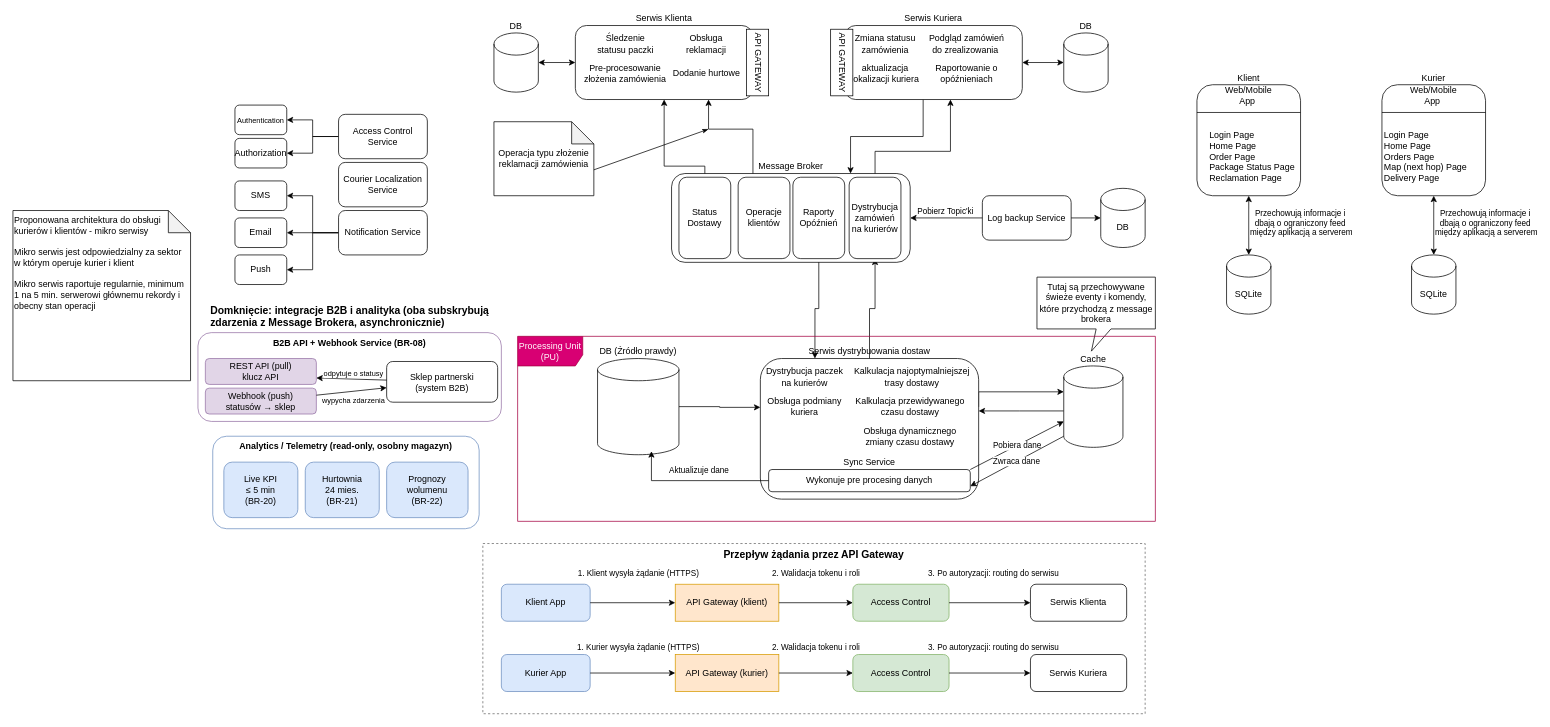
Above: page "Mikroserwisy + CQRS + modele paneli użytkowników" (2 of 5) of architektura.drawio in Franio2018/Projekt-Zespolowy (draw.io), before the change. Source tidied: cells renumbered, new cells numbered last; positions are measured from the earlier drawing's top-left corner, leaving out a move shared by most shapes. Both pictures are drawn from the tidied source at 74%, with x=0, y=0 at pixel (13, 25).
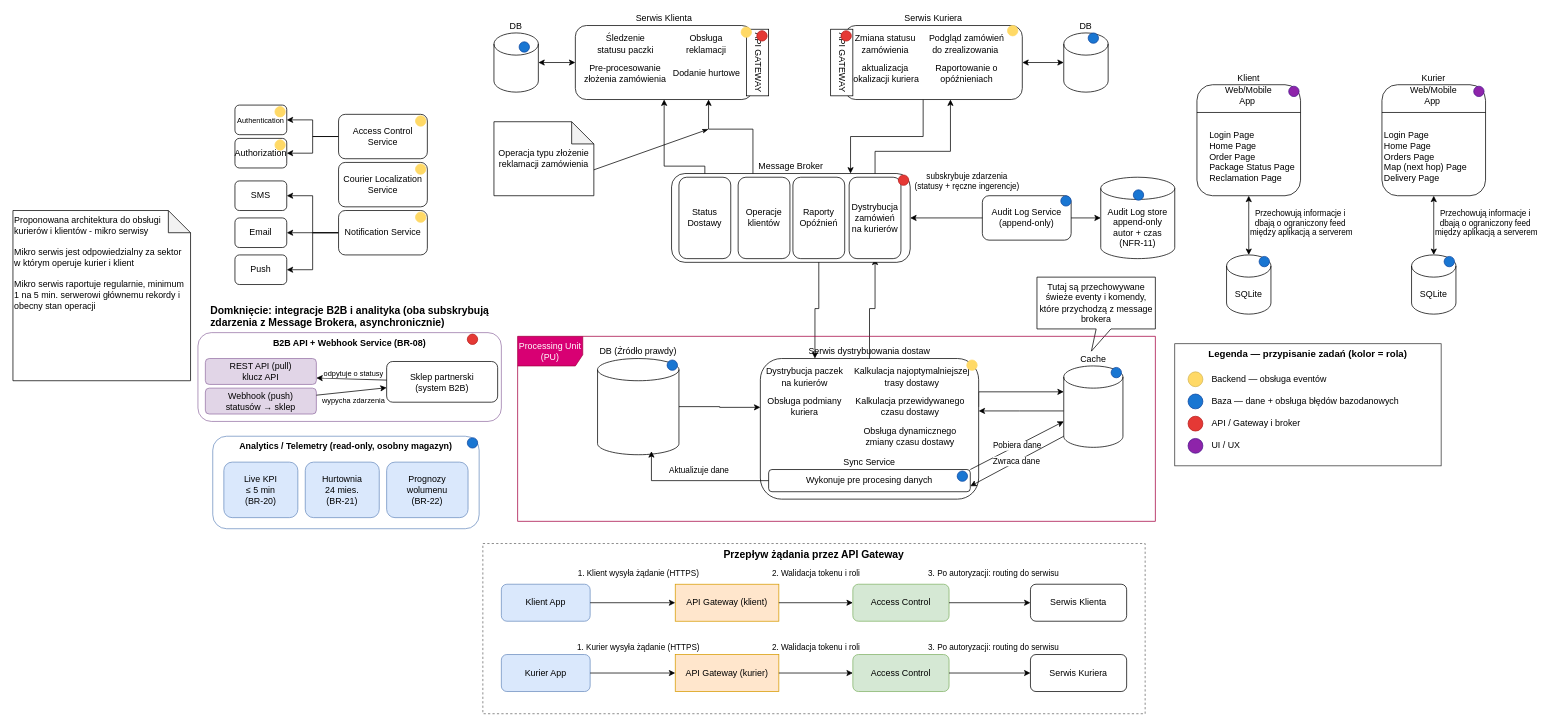
The same diagram, later.

Commit message (it also covers changes not shown here):
Przypisanie osób do zadań

The change refers to these unchanged cells:
```xml
<mxCell id="79" style="endArrow=classic;html=1;rounded=0;defaultLabelBackgroundColor=page;exitX=0;exitY=0.5;exitDx=0;exitDy=0;entryX=1;entryY=0.5;entryDx=0;entryDy=0;" parent="1" edge="1" source="78" target="27">
  <mxGeometry relative="1" as="geometry" />
</mxCell>
```

Diff of the diagram source:
```diff
@@
-    <mxCell id="78" value="Log backup Service" style="rounded=1;whiteSpace=wrap;html=1;roundedPerimeter=1;" parent="1" vertex="1">
+    <mxCell id="78" value="Audit Log Service&lt;br&gt;(append-only)" style="rounded=1;whiteSpace=wrap;html=1;roundedPerimeter=1;" parent="1" vertex="1">
       <mxGeometry x="1310" y="230" width="120" height="60" as="geometry" />
     </mxCell>
@@
-    <mxCell id="80" value="Pobierz Topic'ki" style="edgeLabel;html=1;align=center;verticalAlign=middle;inheritText=1;defaultLabelBackgroundColor=page;" parent="79" vertex="1">
+    <mxCell id="80" value="subskrybuje zdarzenia&lt;br&gt;(statusy + ręczne ingerencje)" style="edgeLabel;html=1;align=center;verticalAlign=middle;inheritText=1;defaultLabelBackgroundColor=page;" parent="79" vertex="1">
       <mxGeometry x="0.2" y="2" relative="1" as="geometry">
-        <mxPoint x="8" y="-12" as="offset" />
+        <mxPoint x="37" y="-52" as="offset" />
       </mxGeometry>
     </mxCell>
-    <mxCell id="81" value="DB" style="shape=cylinder3;whiteSpace=wrap;html=1;boundedLbl=1;backgroundOutline=1;size=15;" parent="1" vertex="1">
-      <mxGeometry x="1470" y="220" width="60" height="80" as="geometry" />
+    <mxCell id="81" value="Audit Log store&lt;br&gt;append-only&lt;br&gt;autor + czas (NFR-11)" style="shape=cylinder3;whiteSpace=wrap;html=1;boundedLbl=1;backgroundOutline=1;size=15;" parent="1" vertex="1">
+      <mxGeometry x="1470" y="205" width="100" height="110" as="geometry" />
     </mxCell>
@@
+    <mxCell id="109" value="Legenda — przypisanie zadań (kolor = rola)" style="rounded=0;whiteSpace=wrap;html=1;fillColor=none;strokeColor=#333333;verticalAlign=top;fontStyle=1;fontSize=13;align=center;" parent="1" vertex="1">
+      <mxGeometry x="1570" y="430" width="360" height="165" as="geometry" />
+    </mxCell>
+    <mxCell id="110" style="ellipse;whiteSpace=wrap;html=1;fillColor=light-dark(#FFD966,#D6E20A);strokeColor=#D6B656;" parent="1" vertex="1">
+      <mxGeometry x="1588" y="468" width="20" height="20" as="geometry" />
+    </mxCell>
+    <mxCell id="111" value="Backend — obsługa eventów" style="text;html=1;whiteSpace=wrap;align=left;verticalAlign=middle;" parent="1" vertex="1">
+      <mxGeometry x="1618" y="463" width="300" height="30" as="geometry" />
+    </mxCell>
+    <mxCell id="112" style="ellipse;whiteSpace=wrap;html=1;fillColor=#1976D2;strokeColor=#0D47A1;" parent="1" vertex="1">
+      <mxGeometry x="1588" y="498" width="20" height="20" as="geometry" />
+    </mxCell>
+    <mxCell id="113" value="Baza — dane + obsługa błędów bazodanowych" style="text;html=1;whiteSpace=wrap;align=left;verticalAlign=middle;" parent="1" vertex="1">
+      <mxGeometry x="1618" y="493" width="300" height="30" as="geometry" />
+    </mxCell>
+    <mxCell id="114" style="ellipse;whiteSpace=wrap;html=1;fillColor=#E53935;strokeColor=#B71C1C;" parent="1" vertex="1">
+      <mxGeometry x="1588" y="528" width="20" height="20" as="geometry" />
+    </mxCell>
+    <mxCell id="115" value="API / Gateway i broker" style="text;html=1;whiteSpace=wrap;align=left;verticalAlign=middle;" parent="1" vertex="1">
+      <mxGeometry x="1618" y="523" width="300" height="30" as="geometry" />
+    </mxCell>
+    <mxCell id="116" style="ellipse;whiteSpace=wrap;html=1;fillColor=#8E24AA;strokeColor=#4A148C;" parent="1" vertex="1">
+      <mxGeometry x="1588" y="558" width="20" height="20" as="geometry" />
+    </mxCell>
+    <mxCell id="117" value="UI / UX" style="text;html=1;whiteSpace=wrap;align=left;verticalAlign=middle;" parent="1" vertex="1">
+      <mxGeometry x="1618" y="553" width="300" height="30" as="geometry" />
+    </mxCell>
+    <mxCell id="118" style="ellipse;whiteSpace=wrap;html=1;fillColor=#FFD966;strokeColor=#FFD966;" parent="1" vertex="1">
+      <mxGeometry x="1344" width="14" height="14" as="geometry" />
+    </mxCell>
+    <mxCell id="119" style="ellipse;whiteSpace=wrap;html=1;fillColor=#FFD966;strokeColor=#FFD966;" parent="1" vertex="1">
+      <mxGeometry x="984" y="2" width="14" height="14" as="geometry" />
+    </mxCell>
+    <mxCell id="120" style="ellipse;whiteSpace=wrap;html=1;fillColor=#FFD966;strokeColor=#FFD966;" parent="1" vertex="1">
+      <mxGeometry x="1289" y="452" width="14" height="14" as="geometry" />
+    </mxCell>
+    <mxCell id="121" style="ellipse;whiteSpace=wrap;html=1;fillColor=#FFD966;strokeColor=#FFD966;" parent="1" vertex="1">
+      <mxGeometry x="544" y="252" width="14" height="14" as="geometry" />
+    </mxCell>
+    <mxCell id="122" style="ellipse;whiteSpace=wrap;html=1;fillColor=#FFD966;strokeColor=#FFD966;" parent="1" vertex="1">
+      <mxGeometry x="544" y="187" width="14" height="14" as="geometry" />
+    </mxCell>
+    <mxCell id="123" style="ellipse;whiteSpace=wrap;html=1;fillColor=#FFD966;strokeColor=#FFD966;" parent="1" vertex="1">
+      <mxGeometry x="544" y="122" width="14" height="14" as="geometry" />
+    </mxCell>
+    <mxCell id="124" style="ellipse;whiteSpace=wrap;html=1;fillColor=#FFD966;strokeColor=#FFD966;" parent="1" vertex="1">
+      <mxGeometry x="354" y="109.5" width="14" height="14" as="geometry" />
+    </mxCell>
+    <mxCell id="125" style="ellipse;whiteSpace=wrap;html=1;fillColor=#FFD966;strokeColor=#FFD966;" parent="1" vertex="1">
+      <mxGeometry x="354" y="154.5" width="14" height="14" as="geometry" />
+    </mxCell>
+    <mxCell id="126" style="ellipse;whiteSpace=wrap;html=1;fillColor=#E53935;strokeColor=#B71C1C;" parent="1" vertex="1">
+      <mxGeometry x="1005.2" y="7" width="14" height="14" as="geometry" />
+    </mxCell>
+    <mxCell id="127" style="ellipse;whiteSpace=wrap;html=1;fillColor=#E53935;strokeColor=#B71C1C;" parent="1" vertex="1">
+      <mxGeometry x="1119" y="7" width="14" height="14" as="geometry" />
+    </mxCell>
+    <mxCell id="128" style="ellipse;whiteSpace=wrap;html=1;fillColor=#E53935;strokeColor=#B71C1C;" parent="1" vertex="1">
+      <mxGeometry x="1196.5" y="202" width="14" height="14" as="geometry" />
+    </mxCell>
+    <mxCell id="129" style="ellipse;whiteSpace=wrap;html=1;fillColor=#E53935;strokeColor=#B71C1C;" parent="1" vertex="1">
+      <mxGeometry x="614" y="417" width="14" height="14" as="geometry" />
+    </mxCell>
+    <mxCell id="130" style="ellipse;whiteSpace=wrap;html=1;fillColor=#1976D2;strokeColor=#0D47A1;" parent="1" vertex="1">
+      <mxGeometry x="884" y="452" width="14" height="14" as="geometry" />
+    </mxCell>
+    <mxCell id="131" style="ellipse;whiteSpace=wrap;html=1;fillColor=#1976D2;strokeColor=#0D47A1;" parent="1" vertex="1">
+      <mxGeometry x="1484" y="462" width="14" height="14" as="geometry" />
+    </mxCell>
+    <mxCell id="132" style="ellipse;whiteSpace=wrap;html=1;fillColor=#1976D2;strokeColor=#0D47A1;" parent="1" vertex="1">
+      <mxGeometry x="1453" y="10" width="14" height="14" as="geometry" />
+    </mxCell>
+    <mxCell id="133" style="ellipse;whiteSpace=wrap;html=1;fillColor=#1976D2;strokeColor=#0D47A1;" parent="1" vertex="1">
+      <mxGeometry x="684" y="22" width="14" height="14" as="geometry" />
+    </mxCell>
+    <mxCell id="134" style="ellipse;whiteSpace=wrap;html=1;fillColor=#1976D2;strokeColor=#0D47A1;" parent="1" vertex="1">
+      <mxGeometry x="1514" y="222" width="14" height="14" as="geometry" />
+    </mxCell>
+    <mxCell id="135" style="ellipse;whiteSpace=wrap;html=1;fillColor=#1976D2;strokeColor=#0D47A1;" parent="1" vertex="1">
+      <mxGeometry x="614" y="557" width="14" height="14" as="geometry" />
+    </mxCell>
+    <mxCell id="136" style="ellipse;whiteSpace=wrap;html=1;fillColor=#1976D2;strokeColor=#0D47A1;" parent="1" vertex="1">
+      <mxGeometry x="1684" y="312" width="14" height="14" as="geometry" />
+    </mxCell>
+    <mxCell id="137" style="ellipse;whiteSpace=wrap;html=1;fillColor=#1976D2;strokeColor=#0D47A1;" parent="1" vertex="1">
+      <mxGeometry x="1934" y="312" width="14" height="14" as="geometry" />
+    </mxCell>
+    <mxCell id="138" style="ellipse;whiteSpace=wrap;html=1;fillColor=#8E24AA;strokeColor=#4A148C;" parent="1" vertex="1">
+      <mxGeometry x="1724" y="82" width="14" height="14" as="geometry" />
+    </mxCell>
+    <mxCell id="139" style="ellipse;whiteSpace=wrap;html=1;fillColor=#8E24AA;strokeColor=#4A148C;" parent="1" vertex="1">
+      <mxGeometry x="1974" y="82" width="14" height="14" as="geometry" />
+    </mxCell>
+    <mxCell id="140" style="ellipse;whiteSpace=wrap;html=1;fillColor=#1976D2;strokeColor=#0D47A1;" parent="1" vertex="1">
+      <mxGeometry x="1276" y="602" width="14" height="14" as="geometry" />
+    </mxCell>
+    <mxCell id="141" style="ellipse;whiteSpace=wrap;html=1;fillColor=#1976D2;strokeColor=#0D47A1;" parent="1" vertex="1">
+      <mxGeometry x="1416" y="230" width="14" height="14" as="geometry" />
+    </mxCell>
```
